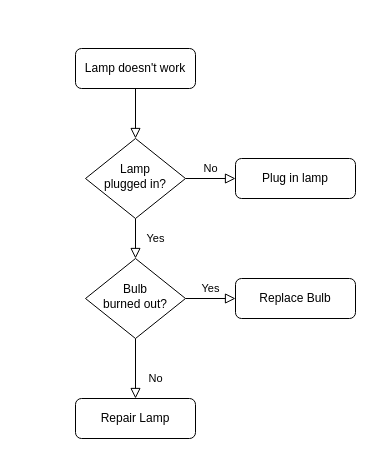
Above: 监督分类.drawio in ninexy/SpringcloudConfig-1 (draw.io), before the change. Source tidied: cells renumbered, new cells numbered last; positions are measured from the earlier drawing's top-left corner, leaving out a move shared by most shapes. Both pictures are drawn from the tidied source at 100%, with x=0, y=0 at pixel (75, 48).
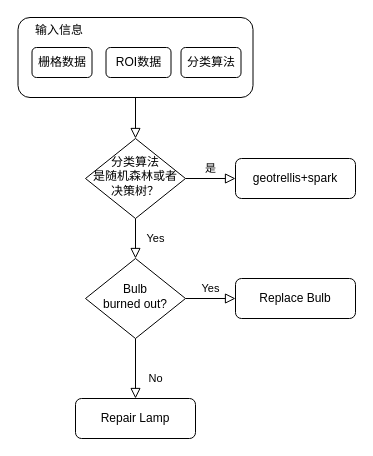
Above is the later version.

Change to the diagram source:
```diff
@@
 <mxGraphModel>
   <root>
     <mxCell id="0" />
     <mxCell id="1" parent="0" />
-    <mxCell id="2" style="rounded=0;html=1;jettySize=auto;fontSize=11;endArrow=block;endFill=0;endSize=8;strokeWidth=1;shadow=0;labelBackgroundColor=none;edgeStyle=orthogonalEdgeStyle;" parent="1" edge="1" source="3" target="6">
+    <mxCell id="2" style="rounded=0;html=1;jettySize=auto;fontSize=11;endArrow=block;endFill=0;endSize=8;strokeWidth=1;shadow=0;labelBackgroundColor=none;edgeStyle=orthogonalEdgeStyle;exitX=0.5;exitY=1;exitDx=0;exitDy=0;" parent="1" edge="1" source="13" target="6">
       <mxGeometry relative="1" as="geometry" />
     </mxCell>
-    <mxCell id="3" value="Lamp doesn't work" style="rounded=1;whiteSpace=wrap;html=1;fontSize=12;glass=0;strokeWidth=1;shadow=0;" parent="1" vertex="1">
-      <mxGeometry width="120" height="40" as="geometry" />
-    </mxCell>
     <mxCell id="4" value="Yes" style="rounded=0;html=1;jettySize=auto;fontSize=11;endArrow=block;endFill=0;endSize=8;strokeWidth=1;shadow=0;labelBackgroundColor=none;edgeStyle=orthogonalEdgeStyle;" parent="1" edge="1" source="6" target="10">
       <mxGeometry y="20" relative="1" as="geometry" />
     </mxCell>
-    <mxCell id="5" value="No" style="edgeStyle=orthogonalEdgeStyle;rounded=0;html=1;jettySize=auto;fontSize=11;endArrow=block;endFill=0;endSize=8;strokeWidth=1;shadow=0;labelBackgroundColor=none;" parent="1" edge="1" source="6" target="7">
+    <mxCell id="5" value="是" style="edgeStyle=orthogonalEdgeStyle;rounded=0;html=1;jettySize=auto;fontSize=11;endArrow=block;endFill=0;endSize=8;strokeWidth=1;shadow=0;labelBackgroundColor=none;" parent="1" edge="1" source="6" target="7">
       <mxGeometry y="10" relative="1" as="geometry" />
     </mxCell>
-    <mxCell id="6" value="Lamp&lt;br&gt;plugged in?" style="rhombus;whiteSpace=wrap;html=1;shadow=0;fontFamily=Helvetica;fontSize=12;align=center;strokeWidth=1;spacing=6;spacingTop=-4;" parent="1" vertex="1">
+    <mxCell id="6" value="分类算法&lt;br&gt;是随机森林或者决策树？" style="rhombus;whiteSpace=wrap;html=1;shadow=0;fontFamily=Helvetica;fontSize=12;align=center;strokeWidth=1;spacing=6;spacingTop=-4;" parent="1" vertex="1">
       <mxGeometry x="10" y="90" width="100" height="80" as="geometry" />
     </mxCell>
-    <mxCell id="7" value="Plug in lamp" style="rounded=1;whiteSpace=wrap;html=1;fontSize=12;glass=0;strokeWidth=1;shadow=0;" parent="1" vertex="1">
+    <mxCell id="7" value="geotrellis+spark" style="rounded=1;whiteSpace=wrap;html=1;fontSize=12;glass=0;strokeWidth=1;shadow=0;" parent="1" vertex="1">
       <mxGeometry x="160" y="110" width="120" height="40" as="geometry" />
     </mxCell>
     <mxCell id="8" value="No" style="rounded=0;html=1;jettySize=auto;fontSize=11;endArrow=block;endFill=0;endSize=8;strokeWidth=1;shadow=0;labelBackgroundColor=none;edgeStyle=orthogonalEdgeStyle;" parent="1" edge="1" source="10" target="11">
       <mxGeometry x="0.33" y="20" relative="1" as="geometry" />
     </mxCell>
     <mxCell id="9" value="Yes" style="edgeStyle=orthogonalEdgeStyle;rounded=0;html=1;jettySize=auto;fontSize=11;endArrow=block;endFill=0;endSize=8;strokeWidth=1;shadow=0;labelBackgroundColor=none;" parent="1" edge="1" source="10" target="12">
       <mxGeometry y="10" relative="1" as="geometry" />
     </mxCell>
     <mxCell id="10" value="Bulb&lt;br&gt;burned out?" style="rhombus;whiteSpace=wrap;html=1;shadow=0;fontFamily=Helvetica;fontSize=12;align=center;strokeWidth=1;spacing=6;spacingTop=-4;" parent="1" vertex="1">
       <mxGeometry x="10" y="210" width="100" height="80" as="geometry" />
     </mxCell>
     <mxCell id="11" value="Repair Lamp" style="rounded=1;whiteSpace=wrap;html=1;fontSize=12;glass=0;strokeWidth=1;shadow=0;" parent="1" vertex="1">
       <mxGeometry y="350" width="120" height="40" as="geometry" />
     </mxCell>
     <mxCell id="12" value="Replace Bulb" style="rounded=1;whiteSpace=wrap;html=1;fontSize=12;glass=0;strokeWidth=1;shadow=0;" parent="1" vertex="1">
       <mxGeometry x="160" y="230" width="120" height="40" as="geometry" />
     </mxCell>
+    <mxCell id="13" style="rounded=1;whiteSpace=wrap;html=1;fontSize=12;glass=0;strokeWidth=1;shadow=0;align=left;fillColor=none;" parent="1" vertex="1">
+      <mxGeometry x="-57.5" y="-31" width="235" height="80" as="geometry" />
+    </mxCell>
+    <mxCell id="14" value="输入信息" style="text;html=1;strokeColor=none;fillColor=none;align=center;verticalAlign=middle;whiteSpace=wrap;rounded=0;" parent="1" vertex="1">
+      <mxGeometry x="-51.5" y="-28" width="70" height="20" as="geometry" />
+    </mxCell>
+    <mxCell id="15" value="栅格数据" style="rounded=1;whiteSpace=wrap;html=1;" parent="1" vertex="1">
+      <mxGeometry x="-43.5" y="-1" width="60" height="30" as="geometry" />
+    </mxCell>
+    <mxCell id="16" value="ROI数据" style="rounded=1;whiteSpace=wrap;html=1;" parent="1" vertex="1">
+      <mxGeometry x="30.5" y="-1" width="65" height="30" as="geometry" />
+    </mxCell>
+    <mxCell id="17" value="分类算法" style="rounded=1;whiteSpace=wrap;html=1;" parent="1" vertex="1">
+      <mxGeometry x="105.5" y="-1" width="60" height="30" as="geometry" />
+    </mxCell>
   </root>
 </mxGraphModel>
```
